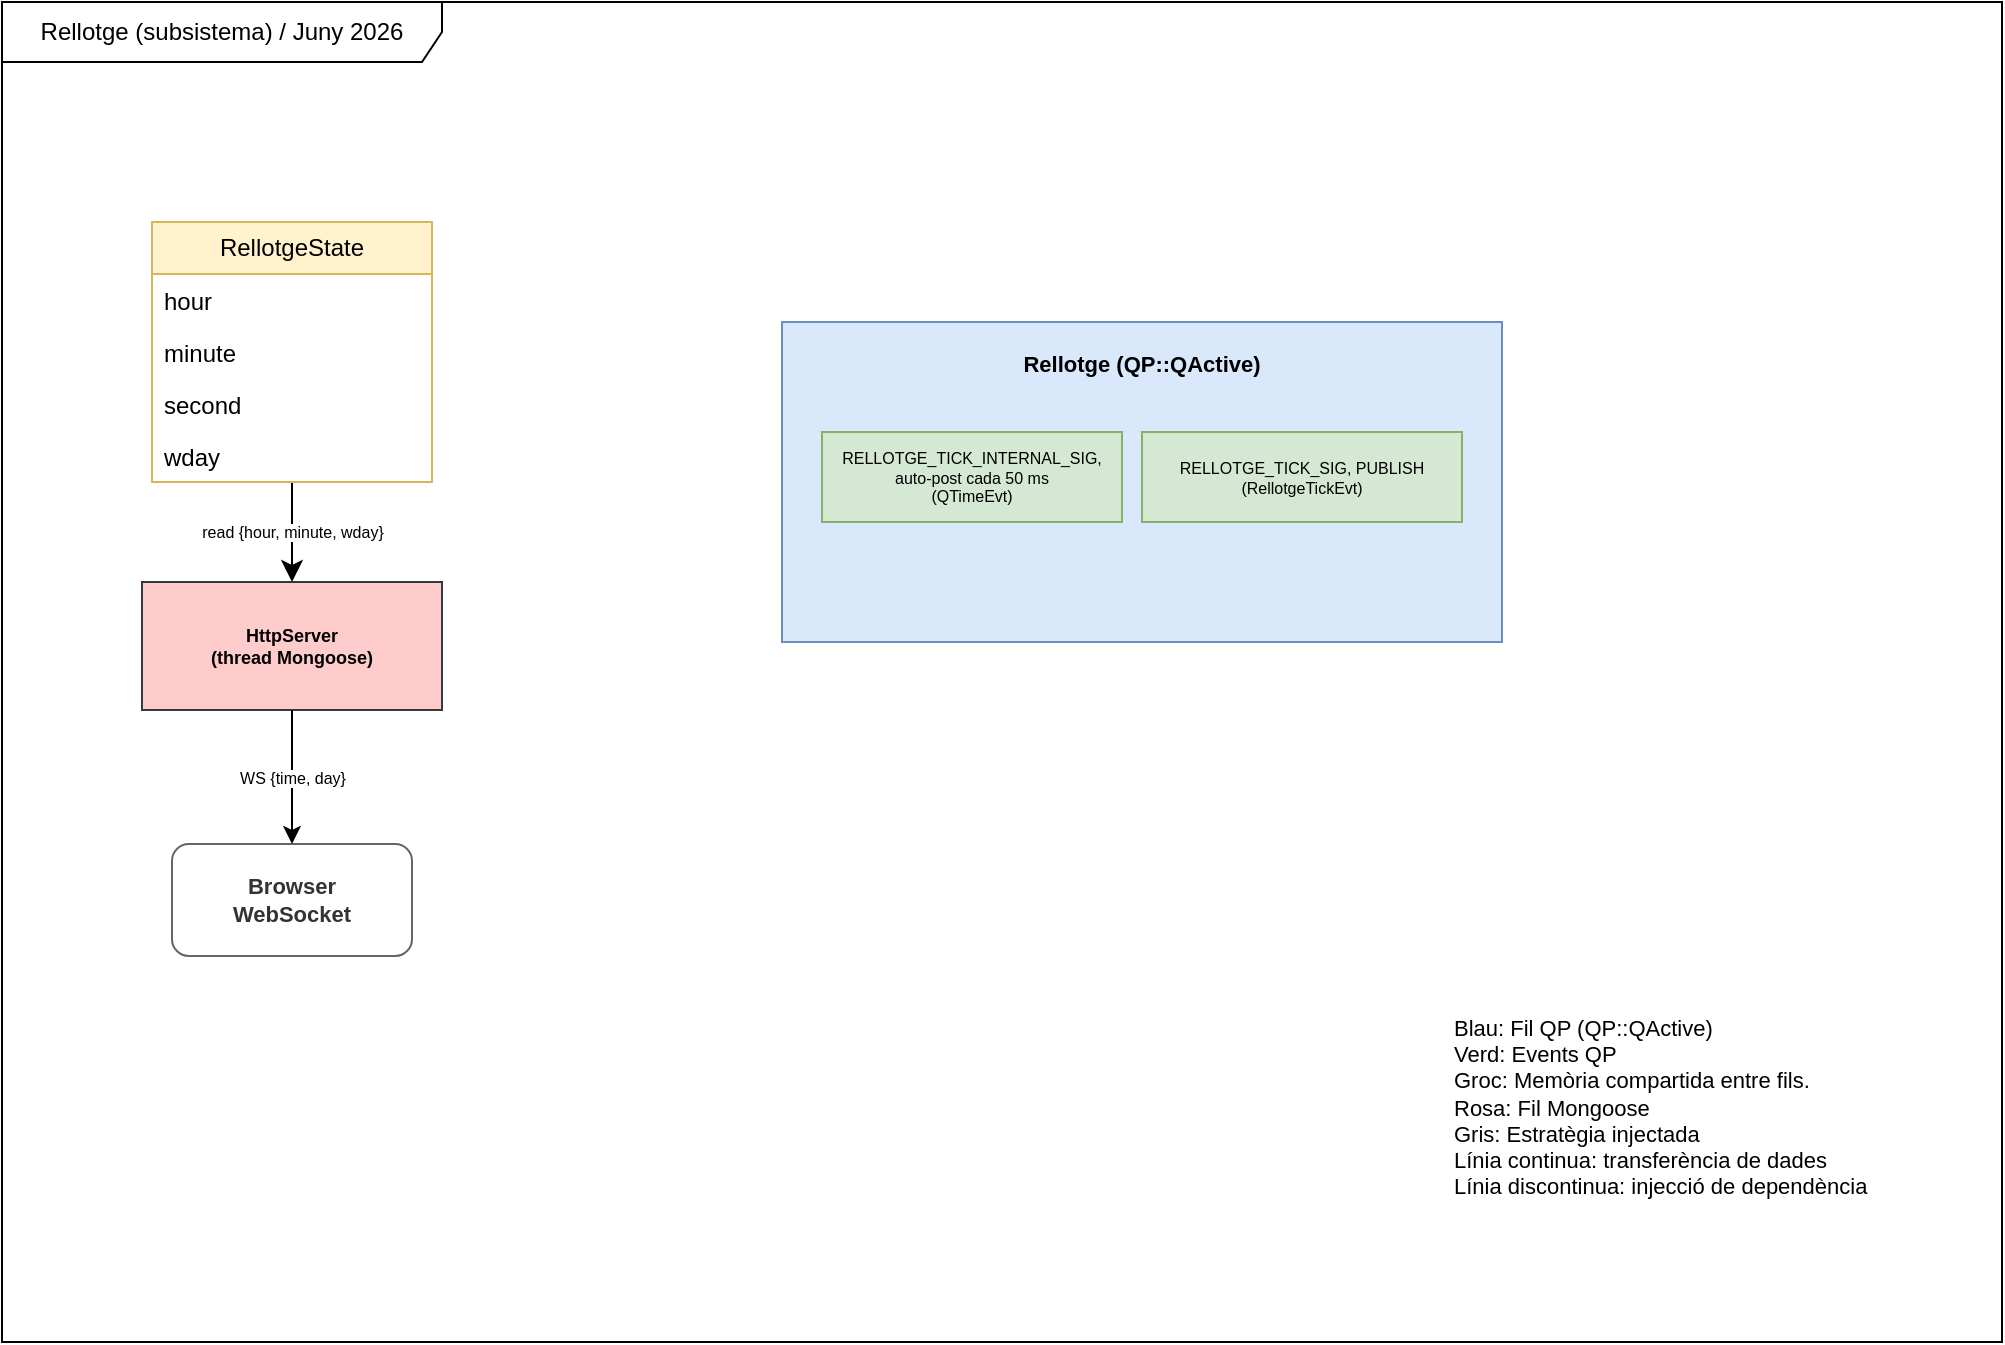
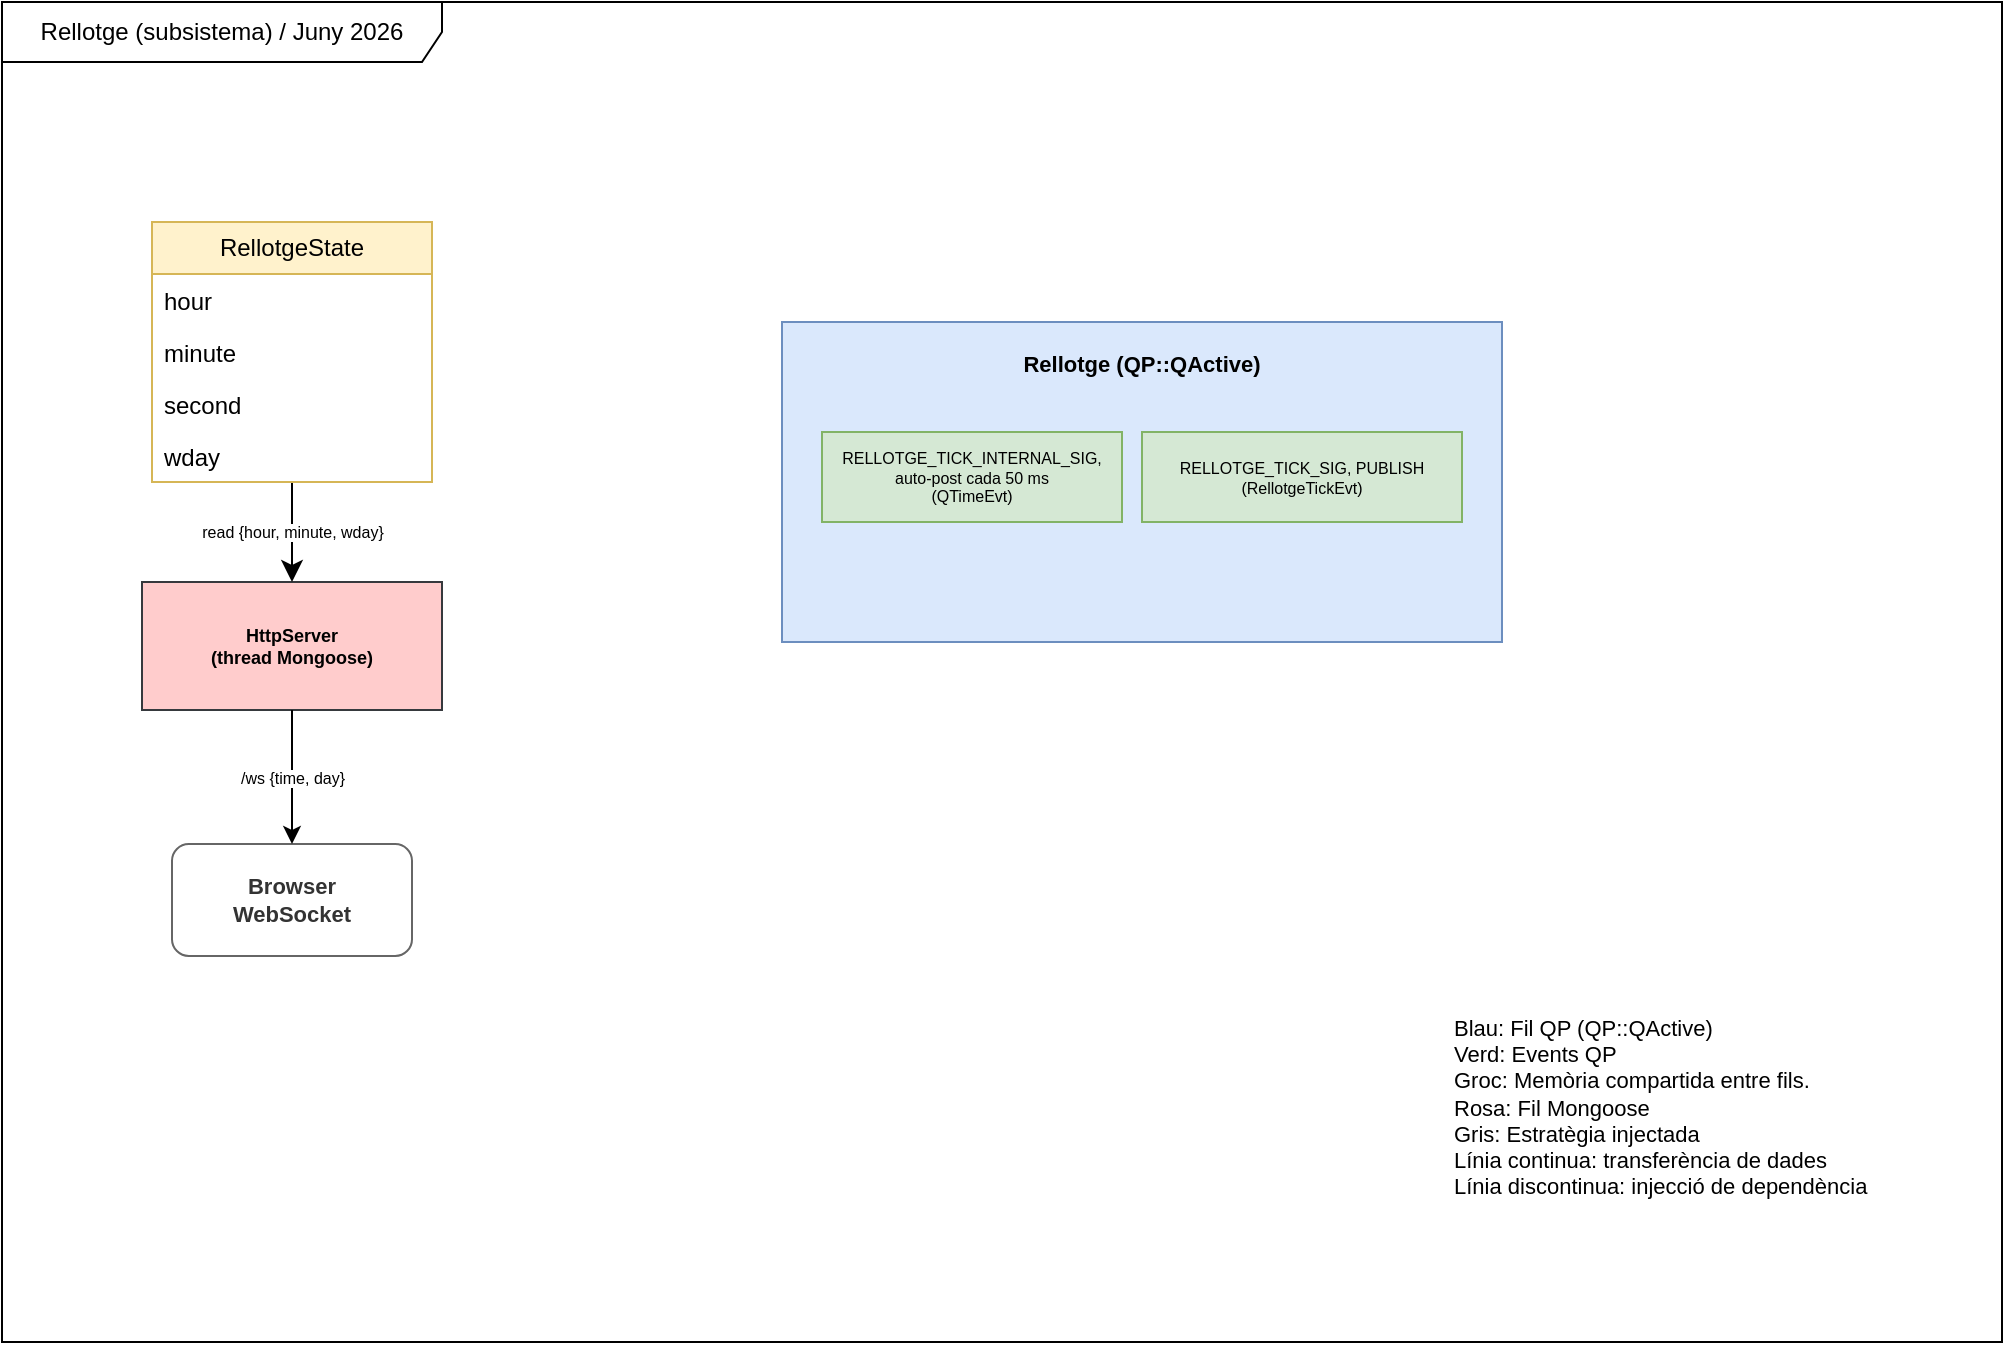
<mxfile host="Electron" agent="Mozilla/5.0 (Windows NT 10.0; Win64; x64) AppleWebKit/537.36 (KHTML, like Gecko) draw.io/28.2.8 Chrome/140.0.7339.240 Electron/38.4.0 Safari/537.36" version="28.2.8">
  <diagram name="Rellotge" id="rellotge">
    <mxGraphModel dx="1028" dy="663" grid="1" gridSize="10" guides="1" tooltips="1" connect="1" arrows="1" fold="1" page="1" pageScale="1" pageWidth="1169" pageHeight="826" math="0" shadow="0">
      <root>
        <mxCell id="0" />
        <mxCell id="1" parent="0" />
        <mxCell id="frame" value="Rellotge (subsistema) / Juny 2026" style="shape=umlFrame;whiteSpace=wrap;html=1;pointerEvents=0;recursiveResize=0;collapsible=0;width=220;height=30;" parent="1" vertex="1">
          <mxGeometry x="40" y="50" width="1000" height="670" as="geometry" />
        </mxCell>
        <mxCell id="rl" value="Rellotge (QP::QActive)" style="rounded=0;whiteSpace=wrap;html=1;fillColor=#dae8fc;strokeColor=#6c8ebf;fontSize=11;fontStyle=1;verticalAlign=top;spacingTop=8" parent="1" vertex="1">
          <mxGeometry x="430" y="210" width="360" height="160" as="geometry" />
        </mxCell>
        <mxCell id="rl_internal" value="RELLOTGE_TICK_INTERNAL_SIG, auto-post cada 50 ms&#xa;(QTimeEvt)" style="rounded=0;whiteSpace=wrap;html=1;fillColor=#d5e8d4;strokeColor=#82b366;fontSize=8" parent="1" vertex="1">
          <mxGeometry x="450" y="265" width="150" height="45" as="geometry" />
        </mxCell>
        <mxCell id="rl_pub" value="RELLOTGE_TICK_SIG, PUBLISH&#xa;(RellotgeTickEvt)" style="rounded=0;whiteSpace=wrap;html=1;fillColor=#d5e8d4;strokeColor=#82b366;fontSize=8" parent="1" vertex="1">
          <mxGeometry x="610" y="265" width="160" height="45" as="geometry" />
        </mxCell>
        <mxCell id="http" value="HttpServer&#xa;(thread Mongoose)" style="rounded=0;whiteSpace=wrap;html=1;fillColor=#ffcccc;strokeColor=#36393d;fontSize=9;fontStyle=1" parent="1" vertex="1">
          <mxGeometry x="110" y="340" width="150" height="64" as="geometry" />
        </mxCell>
        <mxCell id="ws" value="&lt;b&gt;Browser&lt;/b&gt;&#xa;&lt;b&gt;WebSocket&lt;/b&gt;" style="rounded=1;whiteSpace=wrap;html=1;fillColor=#ffffff;strokeColor=#666666;fontColor=#333333;fontSize=11;" parent="1" vertex="1">
          <mxGeometry x="125" y="471" width="120" height="56" as="geometry" />
        </mxCell>
-         <mxCell id="e_push" value="WS {time, day}" style="edgeStyle=orthogonalEdgeStyle;rounded=0;html=1;exitX=0.5;exitY=1;exitDx=0;exitDy=0;entryX=0.5;entryY=0;entryDx=0;entryDy=0;fontSize=8;" parent="1" source="http" target="ws" edge="1">
+         <mxCell id="e_push" value="/ws {time, day}" style="edgeStyle=orthogonalEdgeStyle;rounded=0;html=1;exitX=0.5;exitY=1;exitDx=0;exitDy=0;entryX=0.5;entryY=0;entryDx=0;entryDy=0;fontSize=8;" parent="1" source="http" target="ws" edge="1">
          <mxGeometry relative="1" as="geometry" />
        </mxCell>
        <mxCell id="legend" value="&lt;div style=&quot;text-align:left&quot;&gt;Blau: Fil QP (QP::QActive)&lt;br&gt;Verd: Events QP&lt;br&gt;Groc: Memòria compartida entre fils.&lt;br&gt;Rosa: Fil Mongoose&lt;br&gt;Gris: Estratègia injectada&lt;br&gt;Línia continua: transferència de dades&lt;br&gt;Línia discontinua: injecció de dependència&lt;/div&gt;" style="text;strokeColor=none;fillColor=none;align=left;verticalAlign=top;spacingLeft=4;spacingRight=4;overflow=hidden;whiteSpace=wrap;html=1;fontSize=11;" parent="1" vertex="1">
          <mxGeometry x="760" y="550" width="240" height="110" as="geometry" />
        </mxCell>
        <mxCell id="fVvCkoM4ovPekPfYtxhf-7" value="read {hour, minute, wday}" style="edgeStyle=orthogonalEdgeStyle;curved=0;rounded=0;orthogonalLoop=1;jettySize=auto;html=1;fontSize=8;startSize=8;endSize=8;" parent="1" source="fVvCkoM4ovPekPfYtxhf-1" target="http" edge="1">
          <mxGeometry relative="1" as="geometry" />
        </mxCell>
        <mxCell id="fVvCkoM4ovPekPfYtxhf-1" value="RellotgeState" style="swimlane;fontStyle=0;childLayout=stackLayout;horizontal=1;startSize=26;fillColor=#fff2cc;horizontalStack=0;resizeParent=1;resizeParentMax=0;resizeLast=0;collapsible=1;marginBottom=0;whiteSpace=wrap;html=1;strokeColor=#d6b656;" parent="1" vertex="1">
          <mxGeometry x="115" y="160" width="140" height="130" as="geometry" />
        </mxCell>
        <mxCell id="fVvCkoM4ovPekPfYtxhf-2" value="hour" style="text;strokeColor=none;fillColor=none;align=left;verticalAlign=top;spacingLeft=4;spacingRight=4;overflow=hidden;rotatable=0;points=[[0,0.5],[1,0.5]];portConstraint=eastwest;whiteSpace=wrap;html=1;" parent="fVvCkoM4ovPekPfYtxhf-1" vertex="1">
          <mxGeometry y="26" width="140" height="26" as="geometry" />
        </mxCell>
        <mxCell id="fVvCkoM4ovPekPfYtxhf-3" value="minute" style="text;strokeColor=none;fillColor=none;align=left;verticalAlign=top;spacingLeft=4;spacingRight=4;overflow=hidden;rotatable=0;points=[[0,0.5],[1,0.5]];portConstraint=eastwest;whiteSpace=wrap;html=1;" parent="fVvCkoM4ovPekPfYtxhf-1" vertex="1">
          <mxGeometry y="52" width="140" height="26" as="geometry" />
        </mxCell>
        <mxCell id="fVvCkoM4ovPekPfYtxhf-4" value="second" style="text;strokeColor=none;fillColor=none;align=left;verticalAlign=top;spacingLeft=4;spacingRight=4;overflow=hidden;rotatable=0;points=[[0,0.5],[1,0.5]];portConstraint=eastwest;whiteSpace=wrap;html=1;" parent="fVvCkoM4ovPekPfYtxhf-1" vertex="1">
          <mxGeometry y="78" width="140" height="26" as="geometry" />
        </mxCell>
        <mxCell id="fVvCkoM4ovPekPfYtxhf-6" value="wday" style="text;strokeColor=none;fillColor=none;align=left;verticalAlign=top;spacingLeft=4;spacingRight=4;overflow=hidden;rotatable=0;points=[[0,0.5],[1,0.5]];portConstraint=eastwest;whiteSpace=wrap;html=1;" parent="fVvCkoM4ovPekPfYtxhf-1" vertex="1">
          <mxGeometry y="104" width="140" height="26" as="geometry" />
        </mxCell>
      </root>
    </mxGraphModel>
  </diagram>
</mxfile>
